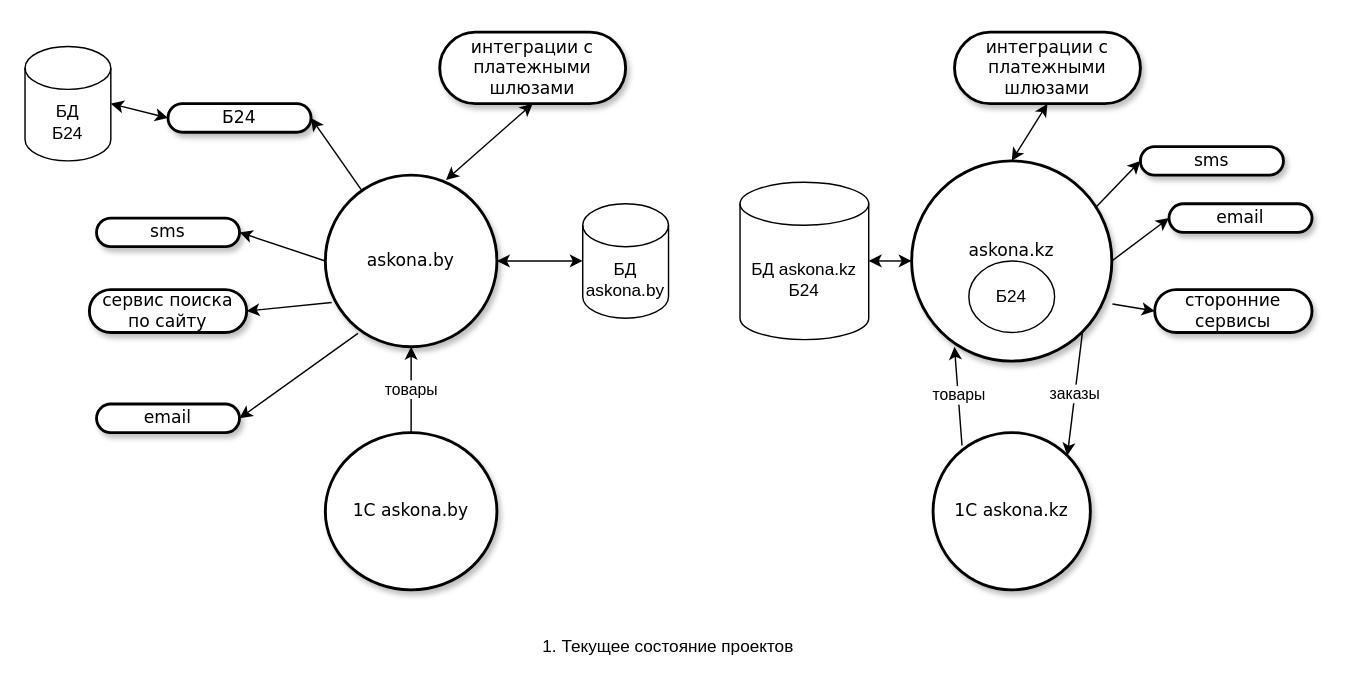
vartananastasia/ii keeps this draw.io diagram as page "Page-1" (1 of 2) of Untitled Diagram.drawio. Above is the earlier version. Source tidied: cells renumbered, new cells numbered last; positions are measured from the earlier drawing's top-left corner, leaving out a move shared by most shapes. Both pictures are drawn from the tidied source at 143%, with x=0, y=0 at pixel (24, 31).
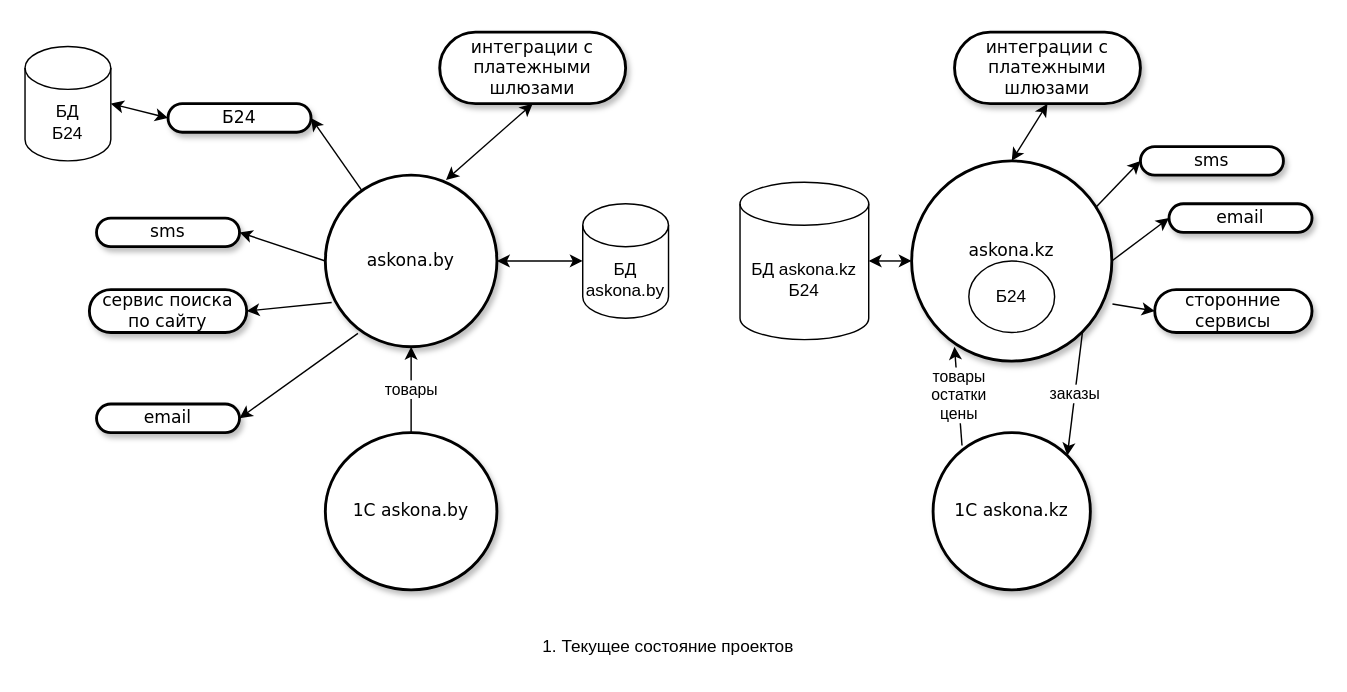
Above is the later version.

Unchanged cells that the change refers to:
```xml
<mxCell id="4" value="&lt;span&gt;askona.kz&lt;br&gt;Б24&lt;/span&gt;" style="ellipse;whiteSpace=wrap;html=1;rounded=1;shadow=1;comic=0;labelBackgroundColor=none;strokeWidth=2;fontFamily=Verdana;fontSize=12;align=center;" parent="1" vertex="1">
  <mxGeometry x="620" y="90" width="140" height="140" as="geometry" />
</mxCell>
<mxCell id="20" value="1C askona.kz" style="ellipse;whiteSpace=wrap;html=1;rounded=1;shadow=1;comic=0;labelBackgroundColor=none;strokeWidth=2;fontFamily=Verdana;fontSize=12;align=center;" parent="1" vertex="1">
  <mxGeometry x="635" y="280" width="110" height="110" as="geometry" />
</mxCell>
```

What changed in the source:
```diff
@@
-    <mxCell id="34" value="товары" style="endArrow=classic;html=1;rounded=0;exitX=0.184;exitY=0.082;exitDx=0;exitDy=0;exitPerimeter=0;entryX=0.214;entryY=0.929;entryDx=0;entryDy=0;entryPerimeter=0;" parent="1" edge="1" source="20" target="4">
+    <mxCell id="34" value="товары&lt;br&gt;остатки&lt;br&gt;цены" style="endArrow=classic;html=1;rounded=0;exitX=0.184;exitY=0.082;exitDx=0;exitDy=0;exitPerimeter=0;entryX=0.214;entryY=0.929;entryDx=0;entryDy=0;entryPerimeter=0;" parent="1" edge="1" source="20" target="4">
       <mxGeometry relative="1" as="geometry" />
     </mxCell>
```
